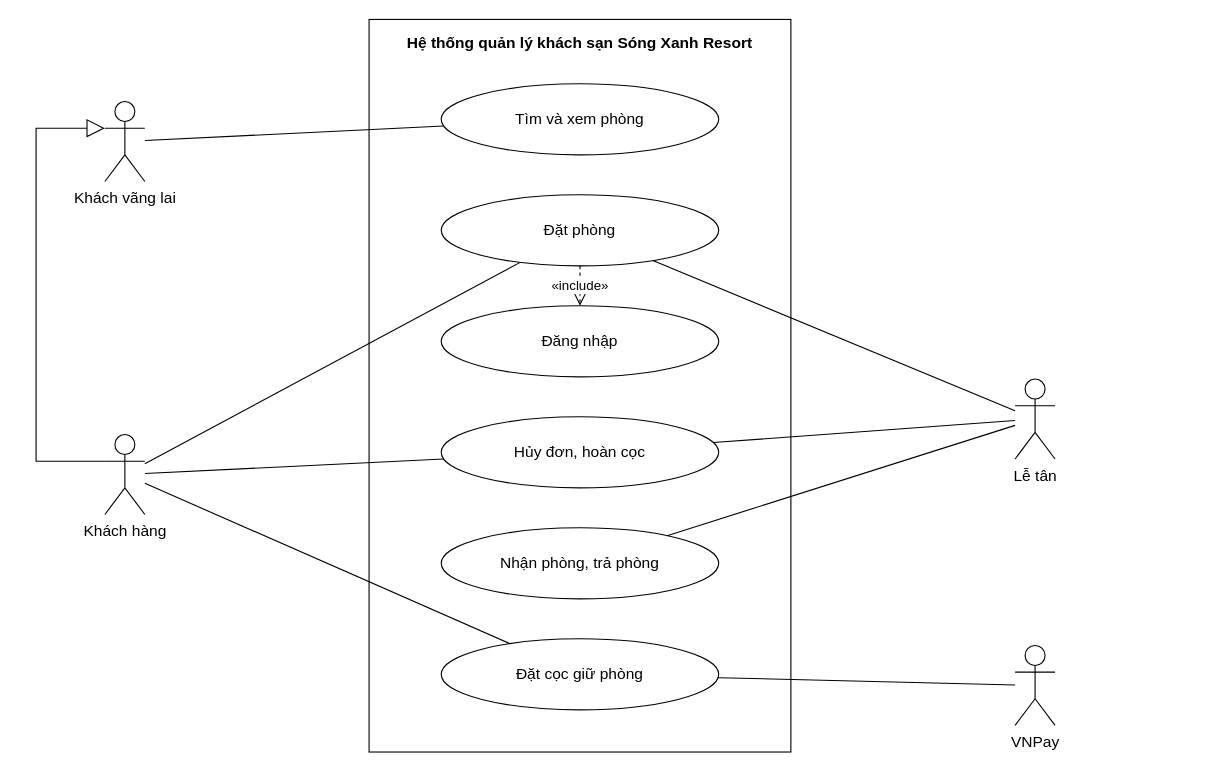
Above: docs/use-case/ucn1-dat-phong-luu-tru.drawio in ngynquchn2511/beach-hotel (draw.io), before the change. Source tidied: cells renumbered, new cells numbered last; positions are measured from the earlier drawing's top-left corner, leaving out a move shared by most shapes. Both pictures are drawn from the tidied source at 111%, with x=0, y=0 at pixel (36, 19).
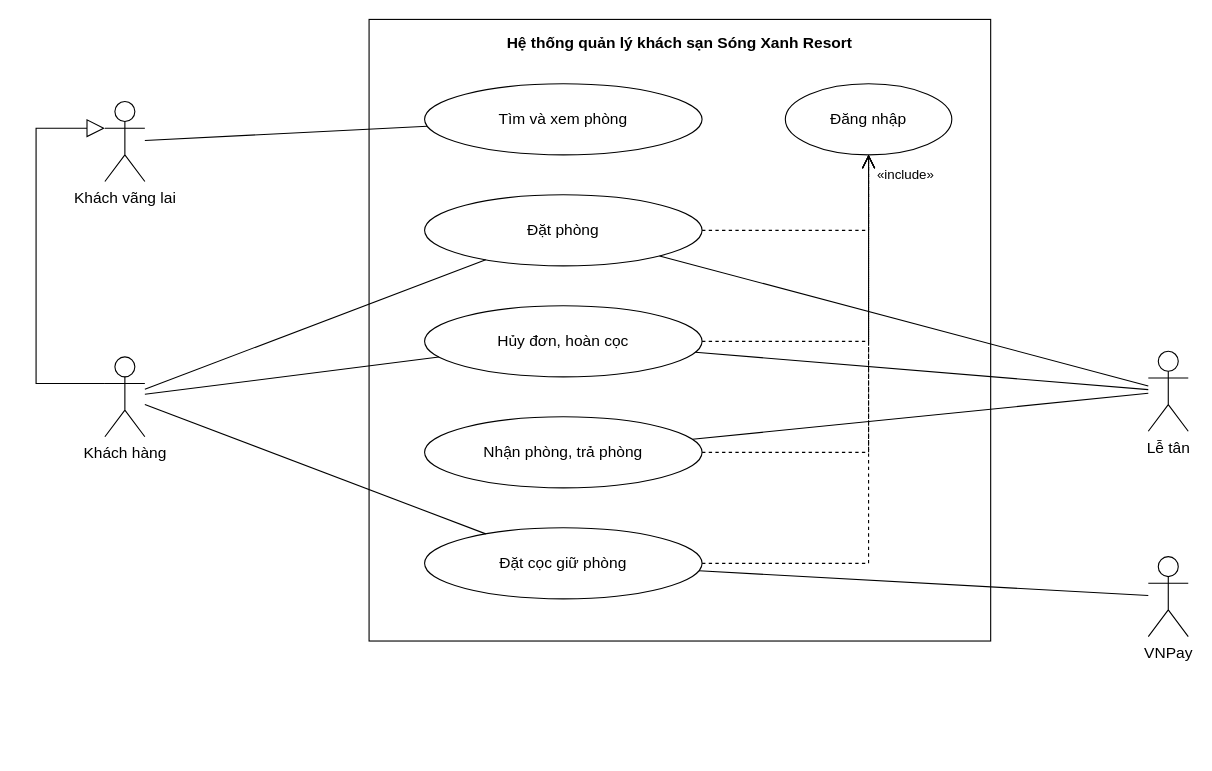
The same page after the edit.

The change refers to these unchanged cells:
```xml
<mxCell id="9" value="Khách vãng lai" style="fontFamily=Arial;fontColor=#000000;shape=umlActor;verticalLabelPosition=bottom;verticalAlign=top;html=1;outlineConnect=0;fillColor=#FFFFFF;strokeColor=#000000;fontSize=14;" parent="1" vertex="1">
  <mxGeometry x="62" y="74" width="36" height="72" as="geometry" />
</mxCell>
```

What changed in the source:
```diff
@@
     <mxCell id="2" value="Hệ thống quản lý khách sạn Sóng Xanh Resort" style="fontFamily=Arial;fontColor=#000000;rounded=0;whiteSpace=wrap;html=1;verticalAlign=top;fontStyle=1;fontSize=14;fillColor=none;strokeColor=#000000;spacingTop=6;" parent="1" vertex="1">
-      <mxGeometry x="300" width="380" height="660" as="geometry" />
+      <mxGeometry x="300" width="560" height="560" as="geometry" />
     </mxCell>
     <mxCell id="3" value="Tìm và xem phòng" style="fontFamily=Arial;fontColor=#000000;ellipse;whiteSpace=wrap;html=1;fillColor=#FFFFFF;strokeColor=#000000;fontSize=14;" parent="1" vertex="1">
-      <mxGeometry x="365" y="58" width="250" height="64" as="geometry" />
+      <mxGeometry x="350" y="58" width="250" height="64" as="geometry" />
     </mxCell>
     <mxCell id="4" value="Đặt phòng" style="fontFamily=Arial;fontColor=#000000;ellipse;whiteSpace=wrap;html=1;fillColor=#FFFFFF;strokeColor=#000000;fontSize=14;" parent="1" vertex="1">
-      <mxGeometry x="365" y="158" width="250" height="64" as="geometry" />
+      <mxGeometry x="350" y="158" width="250" height="64" as="geometry" />
     </mxCell>
-    <mxCell id="5" value="Đăng nhập" style="fontFamily=Arial;fontColor=#000000;ellipse;whiteSpace=wrap;html=1;fillColor=#FFFFFF;strokeColor=#000000;fontSize=14;" parent="1" vertex="1">
-      <mxGeometry x="365" y="258" width="250" height="64" as="geometry" />
+    <mxCell id="5" value="Hủy đơn, hoàn cọc" style="fontFamily=Arial;fontColor=#000000;ellipse;whiteSpace=wrap;html=1;fillColor=#FFFFFF;strokeColor=#000000;fontSize=14;" parent="1" vertex="1">
+      <mxGeometry x="350" y="258" width="250" height="64" as="geometry" />
     </mxCell>
-    <mxCell id="6" value="Hủy đơn, hoàn cọc" style="fontFamily=Arial;fontColor=#000000;ellipse;whiteSpace=wrap;html=1;fillColor=#FFFFFF;strokeColor=#000000;fontSize=14;" parent="1" vertex="1">
-      <mxGeometry x="365" y="358" width="250" height="64" as="geometry" />
+    <mxCell id="6" value="Nhận phòng, trả phòng" style="fontFamily=Arial;fontColor=#000000;ellipse;whiteSpace=wrap;html=1;fillColor=#FFFFFF;strokeColor=#000000;fontSize=14;" parent="1" vertex="1">
+      <mxGeometry x="350" y="358" width="250" height="64" as="geometry" />
     </mxCell>
-    <mxCell id="7" value="Nhận phòng, trả phòng" style="fontFamily=Arial;fontColor=#000000;ellipse;whiteSpace=wrap;html=1;fillColor=#FFFFFF;strokeColor=#000000;fontSize=14;" parent="1" vertex="1">
-      <mxGeometry x="365" y="458" width="250" height="64" as="geometry" />
+    <mxCell id="7" value="Đặt cọc giữ phòng" style="fontFamily=Arial;fontColor=#000000;ellipse;whiteSpace=wrap;html=1;fillColor=#FFFFFF;strokeColor=#000000;fontSize=14;" parent="1" vertex="1">
+      <mxGeometry x="350" y="458" width="250" height="64" as="geometry" />
     </mxCell>
-    <mxCell id="8" value="Đặt cọc giữ phòng" style="fontFamily=Arial;fontColor=#000000;ellipse;whiteSpace=wrap;html=1;fillColor=#FFFFFF;strokeColor=#000000;fontSize=14;" parent="1" vertex="1">
-      <mxGeometry x="365" y="558" width="250" height="64" as="geometry" />
+    <mxCell id="8" value="Đăng nhập" style="fontFamily=Arial;fontColor=#000000;ellipse;whiteSpace=wrap;html=1;fillColor=#FFFFFF;strokeColor=#000000;fontSize=14;" parent="1" vertex="1">
+      <mxGeometry x="675" y="58" width="150" height="64" as="geometry" />
     </mxCell>
+    <mxCell id="23" style="fontFamily=Arial;fontColor=#000000;endArrow=open;endSize=10;dashed=1;html=1;strokeColor=#000000;rounded=0;fontSize=12;labelBackgroundColor=#FFFFFF;exitX=1;exitY=0.5;exitDx=0;exitDy=0;exitPerimeter=0;entryX=0.5;entryY=1;entryDx=0;entryDy=0;entryPerimeter=0;" parent="1" edge="1" source="4" target="8">
+      <mxGeometry relative="1" as="geometry">
+        <Array as="points">
+          <mxPoint x="750" y="190" />
+        </Array>
+      </mxGeometry>
+    </mxCell>
+    <mxCell id="24" style="fontFamily=Arial;fontColor=#000000;endArrow=open;endSize=10;dashed=1;html=1;strokeColor=#000000;rounded=0;fontSize=12;labelBackgroundColor=#FFFFFF;exitX=1;exitY=0.5;exitDx=0;exitDy=0;exitPerimeter=0;entryX=0.5;entryY=1;entryDx=0;entryDy=0;entryPerimeter=0;" parent="1" edge="1" source="5" target="8">
+      <mxGeometry relative="1" as="geometry">
+        <Array as="points">
+          <mxPoint x="750" y="290" />
+        </Array>
+      </mxGeometry>
+    </mxCell>
+    <mxCell id="25" style="fontFamily=Arial;fontColor=#000000;endArrow=open;endSize=10;dashed=1;html=1;strokeColor=#000000;rounded=0;fontSize=12;labelBackgroundColor=#FFFFFF;exitX=1;exitY=0.5;exitDx=0;exitDy=0;exitPerimeter=0;entryX=0.5;entryY=1;entryDx=0;entryDy=0;entryPerimeter=0;" parent="1" edge="1" source="6" target="8">
+      <mxGeometry relative="1" as="geometry">
+        <Array as="points">
+          <mxPoint x="750" y="390" />
+        </Array>
+      </mxGeometry>
+    </mxCell>
+    <mxCell id="26" style="fontFamily=Arial;fontColor=#000000;endArrow=open;endSize=10;dashed=1;html=1;strokeColor=#000000;rounded=0;fontSize=12;labelBackgroundColor=#FFFFFF;exitX=1;exitY=0.5;exitDx=0;exitDy=0;exitPerimeter=0;entryX=0.5;entryY=1;entryDx=0;entryDy=0;entryPerimeter=0;" parent="1" edge="1" source="7" target="8">
+      <mxGeometry relative="1" as="geometry">
+        <Array as="points">
+          <mxPoint x="750" y="490" />
+        </Array>
+      </mxGeometry>
+    </mxCell>
+    <mxCell id="27" value="«include»" style="fontFamily=Arial;fontColor=#000000;text;html=1;align=left;verticalAlign=middle;fontSize=12;strokeColor=none;fillColor=none;" parent="1" vertex="1">
+      <mxGeometry x="756" y="130" width="80" height="20" as="geometry" />
+    </mxCell>
@@
     <mxCell id="10" value="Khách hàng" style="fontFamily=Arial;fontColor=#000000;shape=umlActor;verticalLabelPosition=bottom;verticalAlign=top;html=1;outlineConnect=0;fillColor=#FFFFFF;strokeColor=#000000;fontSize=14;" parent="1" vertex="1">
-      <mxGeometry x="62" y="374" width="36" height="72" as="geometry" />
+      <mxGeometry x="62" y="304" width="36" height="72" as="geometry" />
     </mxCell>
     <mxCell id="11" value="Lễ tân" style="fontFamily=Arial;fontColor=#000000;shape=umlActor;verticalLabelPosition=bottom;verticalAlign=top;html=1;outlineConnect=0;fillColor=#FFFFFF;strokeColor=#000000;fontSize=14;" parent="1" vertex="1">
-      <mxGeometry x="882" y="324" width="36" height="72" as="geometry" />
+      <mxGeometry x="1002" y="299" width="36" height="72" as="geometry" />
     </mxCell>
     <mxCell id="12" value="VNPay" style="fontFamily=Arial;fontColor=#000000;shape=umlActor;verticalLabelPosition=bottom;verticalAlign=top;html=1;outlineConnect=0;fillColor=#FFFFFF;strokeColor=#000000;fontSize=14;" parent="1" vertex="1">
-      <mxGeometry x="882" y="564" width="36" height="72" as="geometry" />
+      <mxGeometry x="1002" y="484" width="36" height="72" as="geometry" />
     </mxCell>
-    <mxCell id="13" style="fontFamily=Arial;fontColor=#000000;endArrow=none;html=1;strokeColor=#000000;rounded=0;" parent="1" edge="1" source="9" target="3">
-      <mxGeometry relative="1" as="geometry" />
-    </mxCell>
-    <mxCell id="14" style="fontFamily=Arial;fontColor=#000000;endArrow=none;html=1;strokeColor=#000000;rounded=0;" parent="1" edge="1" source="10" target="4">
-      <mxGeometry relative="1" as="geometry" />
-    </mxCell>
-    <mxCell id="15" style="fontFamily=Arial;fontColor=#000000;endArrow=none;html=1;strokeColor=#000000;rounded=0;" parent="1" edge="1" source="10" target="8">
-      <mxGeometry relative="1" as="geometry" />
-    </mxCell>
-    <mxCell id="16" style="fontFamily=Arial;fontColor=#000000;endArrow=none;html=1;strokeColor=#000000;rounded=0;" parent="1" edge="1" source="10" target="6">
-      <mxGeometry relative="1" as="geometry" />
-    </mxCell>
-    <mxCell id="17" style="fontFamily=Arial;fontColor=#000000;endArrow=none;html=1;strokeColor=#000000;rounded=0;" parent="1" edge="1" source="12" target="8">
-      <mxGeometry relative="1" as="geometry" />
-    </mxCell>
-    <mxCell id="18" style="fontFamily=Arial;fontColor=#000000;endArrow=none;html=1;strokeColor=#000000;rounded=0;" parent="1" edge="1" source="11" target="4">
+    <mxCell id="18" style="fontFamily=Arial;fontColor=#000000;endArrow=none;html=1;strokeColor=#000000;rounded=0;" parent="1" edge="1" source="9" target="3">
       <mxGeometry relative="1" as="geometry" />
     </mxCell>
-    <mxCell id="19" style="fontFamily=Arial;fontColor=#000000;endArrow=none;html=1;strokeColor=#000000;rounded=0;" parent="1" edge="1" source="11" target="6">
+    <mxCell id="19" style="fontFamily=Arial;fontColor=#000000;endArrow=none;html=1;strokeColor=#000000;rounded=0;" parent="1" edge="1" source="10" target="4">
       <mxGeometry relative="1" as="geometry" />
     </mxCell>
-    <mxCell id="20" style="fontFamily=Arial;fontColor=#000000;endArrow=none;html=1;strokeColor=#000000;rounded=0;" parent="1" edge="1" source="11" target="7">
+    <mxCell id="20" style="fontFamily=Arial;fontColor=#000000;endArrow=none;html=1;strokeColor=#000000;rounded=0;" parent="1" edge="1" source="10" target="7">
       <mxGeometry relative="1" as="geometry" />
     </mxCell>
-    <mxCell id="21" value="«include»" style="fontFamily=Arial;fontColor=#000000;endArrow=open;endSize=10;dashed=1;html=1;strokeColor=#000000;rounded=0;fontSize=12;labelBackgroundColor=#FFFFFF;exitX=0.5;exitY=1;exitDx=0;exitDy=0;exitPerimeter=0;entryX=0.5;entryY=0;entryDx=0;entryDy=0;entryPerimeter=0;" parent="1" edge="1" source="4" target="5">
+    <mxCell id="21" style="fontFamily=Arial;fontColor=#000000;endArrow=none;html=1;strokeColor=#000000;rounded=0;" parent="1" edge="1" source="10" target="5">
       <mxGeometry relative="1" as="geometry" />
     </mxCell>
-    <mxCell id="22" style="fontFamily=Arial;fontColor=#000000;endArrow=block;endSize=14;endFill=0;html=1;strokeColor=#000000;rounded=0;exitX=0;exitY=0.333;exitDx=0;exitDy=0;exitPerimeter=0;entryX=0;entryY=0.333;entryDx=0;entryDy=0;entryPerimeter=0;" parent="1" edge="1" source="10" target="9">
-      <mxGeometry relative="1" as="geometry">
-        <Array as="points">
-          <mxPoint y="398" />
-          <mxPoint y="98" />
-        </Array>
-      </mxGeometry>
+    <mxCell id="22" style="fontFamily=Arial;fontColor=#000000;endArrow=none;html=1;strokeColor=#000000;rounded=0;" parent="1" edge="1" source="12" target="7">
+      <mxGeometry relative="1" as="geometry" />
     </mxCell>
+    <mxCell id="28" style="fontFamily=Arial;fontColor=#000000;endArrow=none;html=1;strokeColor=#000000;rounded=0;" parent="1" edge="1" source="11" target="4">
+      <mxGeometry relative="1" as="geometry" />
+    </mxCell>
+    <mxCell id="29" style="fontFamily=Arial;fontColor=#000000;endArrow=none;html=1;strokeColor=#000000;rounded=0;" parent="1" edge="1" source="11" target="5">
+      <mxGeometry relative="1" as="geometry" />
+    </mxCell>
+    <mxCell id="30" style="fontFamily=Arial;fontColor=#000000;endArrow=none;html=1;strokeColor=#000000;rounded=0;" parent="1" edge="1" source="11" target="6">
+      <mxGeometry relative="1" as="geometry" />
+    </mxCell>
+    <mxCell id="31" style="fontFamily=Arial;fontColor=#000000;endArrow=block;endSize=14;endFill=0;html=1;strokeColor=#000000;rounded=0;exitX=0;exitY=0.333;exitDx=0;exitDy=0;exitPerimeter=0;entryX=0;entryY=0.333;entryDx=0;entryDy=0;entryPerimeter=0;" parent="1" edge="1" source="10" target="9">
+      <mxGeometry relative="1" as="geometry">
+        <Array as="points">
+          <mxPoint y="328" />
+          <mxPoint y="98" />
+        </Array>
+      </mxGeometry>
+    </mxCell>
```
